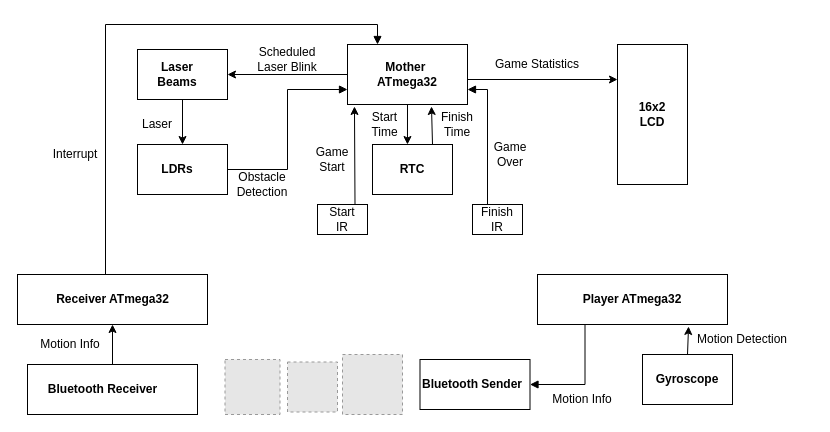
prism97/CSE-316-Microcontroller-Project-Laser-Maze keeps this draw.io diagram as Documentation/Diagrams/Draw io files/BlockDiagram-LaserMaze.drawio. Above is the earlier version. Source tidied: cells renumbered, new cells numbered last; positions are measured from the earlier drawing's top-left corner, leaving out a move shared by most shapes. Both pictures are drawn from the tidied source at 100%, with x=0, y=0 at pixel (17, 24). Pictures stored in the file or linked from it are replaced by grey dashed boxes.
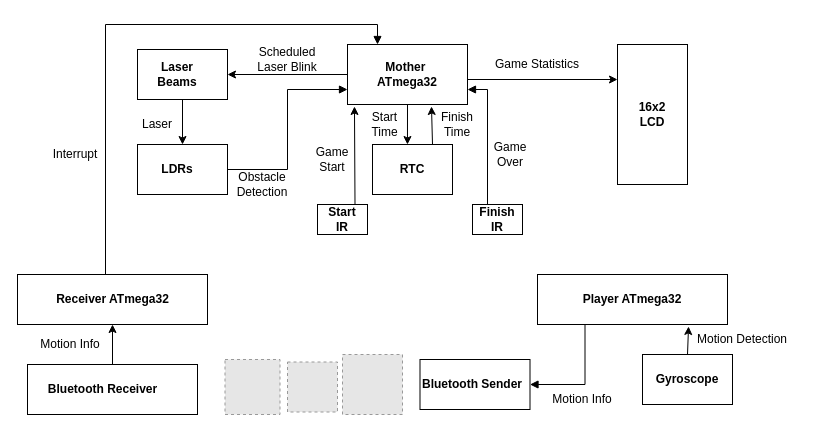
The same page after the edit.

Commit message (it also covers changes not shown here):
Block Diagram Final

What changed in the source:
```diff
@@
-    <mxCell id="47" value="Start IR" style="text;html=1;strokeColor=none;fillColor=none;align=center;verticalAlign=middle;whiteSpace=wrap;rounded=0;" parent="1" vertex="1">
+    <mxCell id="47" value="Start IR" style="text;html=1;strokeColor=none;fillColor=none;align=center;verticalAlign=middle;whiteSpace=wrap;rounded=0;fontStyle=1;" parent="1" vertex="1">
       <mxGeometry x="305" y="185" width="40" height="20" as="geometry" />
     </mxCell>
@@
-    <mxCell id="49" value="Finish IR" style="text;html=1;strokeColor=none;fillColor=none;align=center;verticalAlign=middle;whiteSpace=wrap;rounded=0;" parent="1" vertex="1">
+    <mxCell id="49" value="Finish IR" style="text;html=1;strokeColor=none;fillColor=none;align=center;verticalAlign=middle;whiteSpace=wrap;rounded=0;fontStyle=1;" parent="1" vertex="1">
       <mxGeometry x="460" y="185" width="40" height="20" as="geometry" />
     </mxCell>
```
